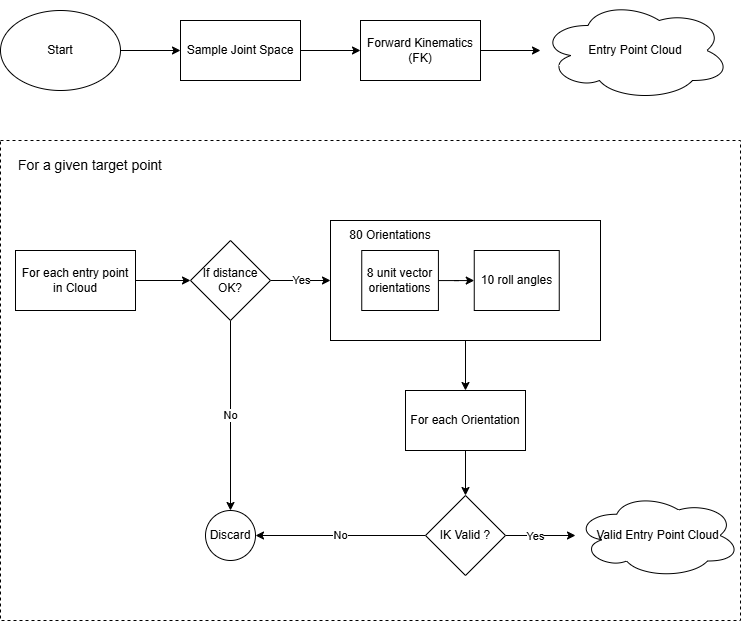
This is existing entry point planning.png from prabhunithingollapudi007/test-grafiti, a draw.io export, as it was before one commit. Source tidied: cells renumbered, new cells last; positions are measured from the earlier drawing's top-left corner, leaving out a move shared by most shapes.
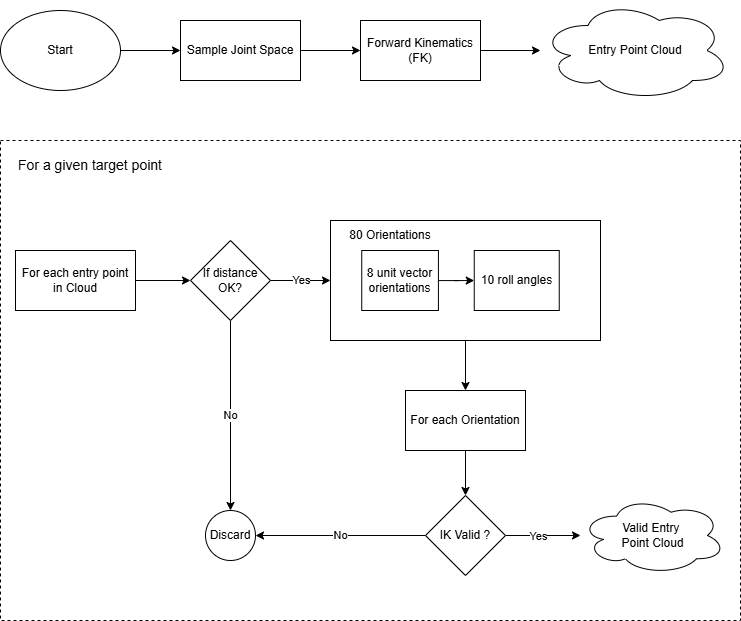
The same file after the commit.

The edit, as a diff of the source:
```diff
@@ -89,8 +89,8 @@
     <mxCell id="30" value="IK Valid ?" style="rhombus;whiteSpace=wrap;html=1;rounded=0;" parent="1" vertex="1">
       <mxGeometry x="425" y="495" width="80" height="80" as="geometry" />
     </mxCell>
-    <mxCell id="31" value="Valid Entry Point Cloud" style="ellipse;shape=cloud;whiteSpace=wrap;html=1;" parent="1" vertex="1">
-      <mxGeometry x="575" y="492.5" width="165" height="85" as="geometry" />
+    <mxCell id="31" value="Valid Entry&amp;nbsp;&lt;div&gt;Point Cloud&lt;/div&gt;" style="ellipse;shape=cloud;whiteSpace=wrap;html=1;" parent="1" vertex="1">
+      <mxGeometry x="580" y="496.2" width="145" height="77.5" as="geometry" />
     </mxCell>
   </root>
 </mxGraphModel>
```
